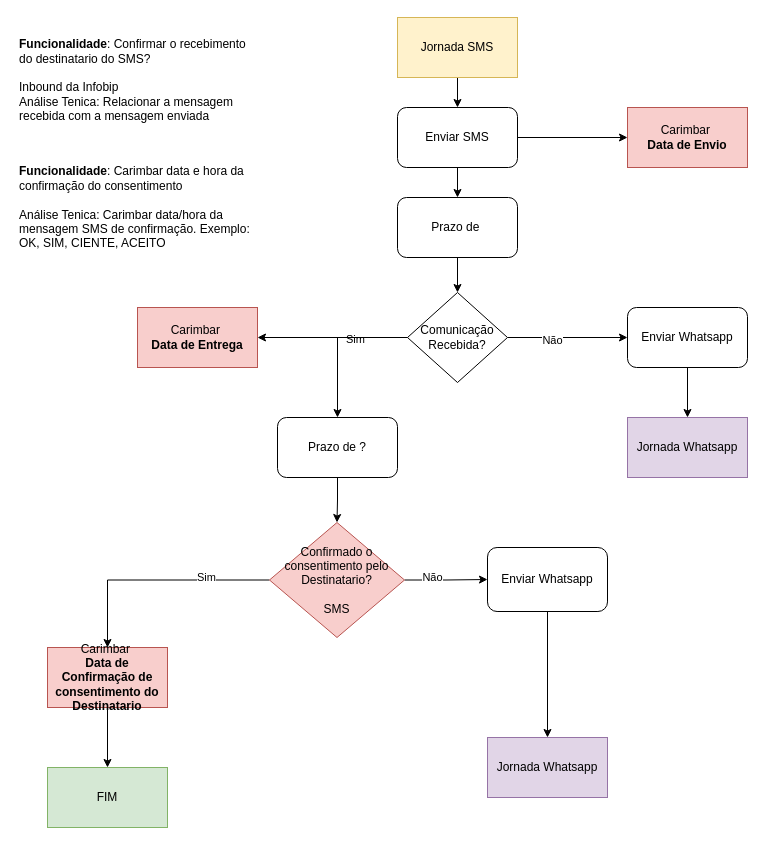
Before: page "Desenho Jornada SMS" (5 of 8) of Diagrama Carimbo.drawio in caio-bueno/draws-valid, a draw.io diagram. Source tidied: cells renumbered, new cells numbered last; positions are measured from the earlier drawing's top-left corner, leaving out a move shared by most shapes. Both pictures are drawn from the tidied source at 100%, with x=0, y=0 at pixel (17, 17).
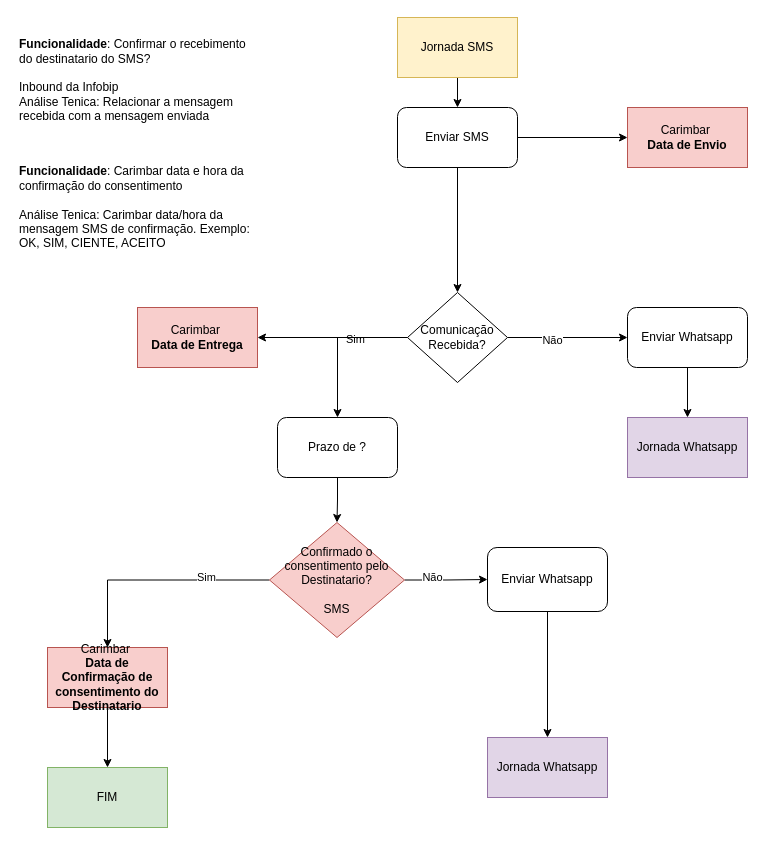
Above is the later version.

Unchanged cells that the change refers to:
```xml
<mxCell id="5" value="Enviar SMS" style="rounded=1;whiteSpace=wrap;html=1;" parent="1" vertex="1">
  <mxGeometry x="380" y="90" width="120" height="60" as="geometry" />
</mxCell>
<mxCell id="13" value="Comunicação Recebida?" style="rhombus;whiteSpace=wrap;html=1;" parent="1" vertex="1">
  <mxGeometry x="390" y="275" width="100" height="90" as="geometry" />
</mxCell>
```

Diff of the diagram source:
```diff
@@
-    <mxCell id="4" style="edgeStyle=orthogonalEdgeStyle;rounded=0;jettySize=auto;html=1;" parent="1" edge="1" source="5" target="7">
-      <mxGeometry relative="1" as="geometry" />
-    </mxCell>
@@
-    <mxCell id="6" style="edgeStyle=orthogonalEdgeStyle;rounded=0;jettySize=auto;html=1;" parent="1" edge="1" source="7" target="13">
+    <mxCell id="6" style="edgeStyle=orthogonalEdgeStyle;rounded=0;jettySize=auto;html=1;" parent="1" edge="1" source="5" target="13">
       <mxGeometry relative="1" as="geometry" />
     </mxCell>
-    <mxCell id="7" value="Prazo de&amp;nbsp;" style="whiteSpace=wrap;html=1;rounded=1;" parent="1" vertex="1">
-      <mxGeometry x="380" y="180" width="120" height="60" as="geometry" />
-    </mxCell>
```
